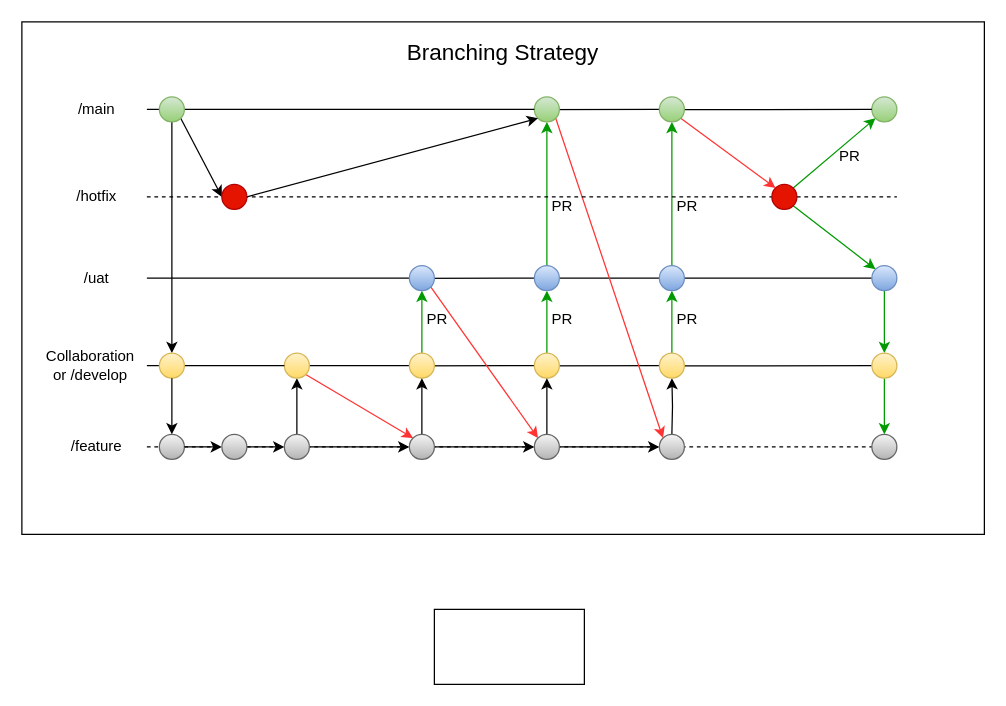
Earlier version of the draw.io diagram branches.drawio (Sri-git-acc/python). Source tidied: cells renumbered, new cells numbered last; positions are measured from the earlier drawing's top-left corner, leaving out a move shared by most shapes. Both pictures are drawn from the tidied source at 125%, with x=0, y=0 at pixel (21, 21).
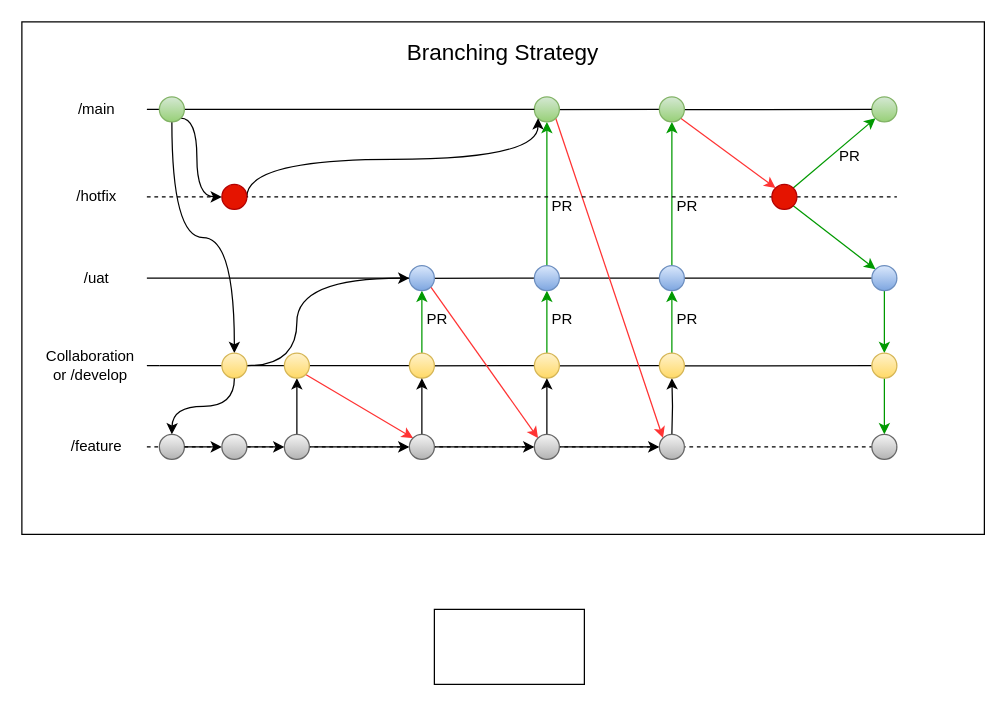
After the change.

The change refers to these unchanged cells:
```xml
<mxCell id="24" style="ellipse;whiteSpace=wrap;html=1;fillColor=#fff2cc;gradientColor=#ffd966;strokeColor=#d6b656;" parent="1" vertex="1">
  <mxGeometry x="310" y="265" width="20" height="20" as="geometry" />
</mxCell>
<mxCell id="30" style="ellipse;whiteSpace=wrap;html=1;fillColor=#dae8fc;strokeColor=#6c8ebf;gradientColor=#7ea6e0;" parent="1" vertex="1">
  <mxGeometry x="310" y="195" width="20" height="20" as="geometry" />
</mxCell>
<mxCell id="34" style="ellipse;whiteSpace=wrap;html=1;fillColor=#fff2cc;gradientColor=#ffd966;strokeColor=#d6b656;" parent="1" vertex="1">
  <mxGeometry x="410" y="265" width="20" height="20" as="geometry" />
</mxCell>
<mxCell id="40" style="ellipse;whiteSpace=wrap;html=1;fillColor=#d5e8d4;gradientColor=#97d077;strokeColor=#82b366;" parent="1" vertex="1">
  <mxGeometry x="410" y="60" width="20" height="20" as="geometry" />
</mxCell>
<mxCell id="89" style="ellipse;whiteSpace=wrap;html=1;fillColor=#d5e8d4;gradientColor=#97d077;strokeColor=#82b366;" parent="1" vertex="1">
  <mxGeometry x="110" y="60" width="20" height="20" as="geometry" />
</mxCell>
<mxCell id="91" style="ellipse;whiteSpace=wrap;html=1;fillColor=#e51400;fontColor=#ffffff;strokeColor=#B20000;" parent="1" vertex="1">
  <mxGeometry x="160" y="130" width="20" height="20" as="geometry" />
</mxCell>
```

Diff of the diagram source:
```diff
@@
+    <mxCell id="22" style="endArrow=none;html=1;rounded=0;entryX=0.179;entryY=0.512;entryDx=0;entryDy=0;entryPerimeter=0;" parent="1" edge="1" source="34" target="24">
+      <mxGeometry relative="1" as="geometry" />
+    </mxCell>
@@
-    <mxCell id="21" style="ellipse;whiteSpace=wrap;html=1;fillColor=#fff2cc;gradientColor=#ffd966;strokeColor=#d6b656;" parent="1" vertex="1">
-      <mxGeometry x="210" y="265" width="20" height="20" as="geometry" />
-    </mxCell>
-    <mxCell id="22" style="endArrow=none;html=1;rounded=0;entryX=0.179;entryY=0.512;entryDx=0;entryDy=0;entryPerimeter=0;" parent="1" edge="1" source="34" target="24">
-      <mxGeometry relative="1" as="geometry" />
-    </mxCell>
@@
-    <mxCell id="87" style="edgeStyle=orthogonalEdgeStyle;rounded=0;jettySize=auto;html=1;exitX=0.5;exitY=1;exitDx=0;exitDy=0;entryX=0.5;entryY=0;entryDx=0;entryDy=0;" parent="1" edge="1" source="89" target="93">
+    <mxCell id="87" style="edgeStyle=orthogonalEdgeStyle;rounded=0;jettySize=auto;html=1;exitX=0.5;exitY=1;exitDx=0;exitDy=0;entryX=0.5;entryY=0;entryDx=0;entryDy=0;curved=1;" parent="1" edge="1" source="89" target="93">
       <mxGeometry relative="1" as="geometry" />
     </mxCell>
-    <mxCell id="88" style="rounded=0;jettySize=auto;html=1;exitX=1;exitY=1;exitDx=0;exitDy=0;" parent="1" edge="1" source="89">
+    <mxCell id="88" style="rounded=0;jettySize=auto;html=1;exitX=1;exitY=1;exitDx=0;exitDy=0;edgeStyle=orthogonalEdgeStyle;curved=1;" parent="1" edge="1" source="89">
       <mxGeometry relative="1" as="geometry">
         <mxPoint x="160" y="140" as="targetPoint" />
+        <Array as="points">
+          <mxPoint x="140" y="77" />
+          <mxPoint x="140" y="140" />
+        </Array>
       </mxGeometry>
     </mxCell>
@@
-    <mxCell id="90" style="rounded=0;jettySize=auto;html=1;exitX=1;exitY=0.5;exitDx=0;exitDy=0;entryX=0;entryY=1;entryDx=0;entryDy=0;" parent="1" edge="1" source="91" target="40">
-      <mxGeometry relative="1" as="geometry" />
+    <mxCell id="90" style="rounded=0;jettySize=auto;html=1;exitX=1;exitY=0.5;exitDx=0;exitDy=0;entryX=0;entryY=1;entryDx=0;entryDy=0;edgeStyle=orthogonalEdgeStyle;curved=1;" parent="1" edge="1" source="91" target="40">
+      <mxGeometry relative="1" as="geometry">
+        <Array as="points">
+          <mxPoint x="180" y="110" />
+          <mxPoint x="413" y="110" />
+        </Array>
+      </mxGeometry>
     </mxCell>
@@
+    <mxCell id="95" style="edgeStyle=orthogonalEdgeStyle;rounded=0;jettySize=auto;html=1;exitX=1;exitY=0.5;exitDx=0;exitDy=0;entryX=0;entryY=0.5;entryDx=0;entryDy=0;curved=1;" parent="1" edge="1" source="93" target="30">
+      <mxGeometry relative="1" as="geometry">
+        <Array as="points">
+          <mxPoint x="220" y="275" />
+          <mxPoint x="220" y="205" />
+        </Array>
+      </mxGeometry>
+    </mxCell>
     <mxCell id="93" style="ellipse;whiteSpace=wrap;html=1;fillColor=#fff2cc;gradientColor=#ffd966;strokeColor=#d6b656;" parent="1" vertex="1">
-      <mxGeometry x="110" y="265" width="20" height="20" as="geometry" />
+      <mxGeometry x="160" y="265" width="20" height="20" as="geometry" />
     </mxCell>
-    <mxCell id="94" style="edgeStyle=orthogonalEdgeStyle;rounded=0;jettySize=auto;html=1;exitX=0.5;exitY=1;exitDx=0;exitDy=0;" parent="1" edge="1" source="93">
+    <mxCell id="94" style="edgeStyle=orthogonalEdgeStyle;rounded=0;jettySize=auto;html=1;exitX=0.5;exitY=1;exitDx=0;exitDy=0;curved=1;" parent="1" edge="1" source="93">
       <mxGeometry relative="1" as="geometry">
         <mxPoint x="120" y="330" as="targetPoint" />
       </mxGeometry>
     </mxCell>
+    <mxCell id="21" style="ellipse;whiteSpace=wrap;html=1;fillColor=#fff2cc;gradientColor=#ffd966;strokeColor=#d6b656;" parent="1" vertex="1">
+      <mxGeometry x="210" y="265" width="20" height="20" as="geometry" />
+    </mxCell>
```
